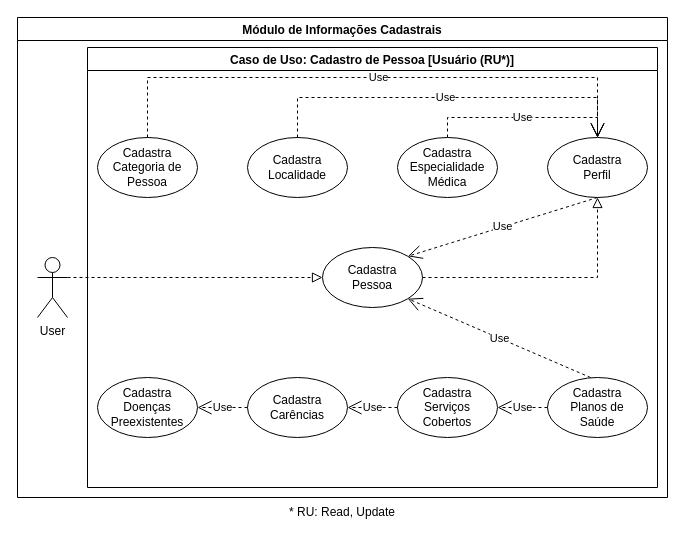
Before: page "Cad-Pessoa(User)" (3 of 3) of PUC-GISA-M1.drawio in kikoluiss/tcc-puc, a draw.io diagram. Source tidied: cells renumbered, new cells numbered last; positions are measured from the earlier drawing's top-left corner, leaving out a move shared by most shapes. Both pictures are drawn from the tidied source at 100%, with x=0, y=0 at pixel (17, 17).
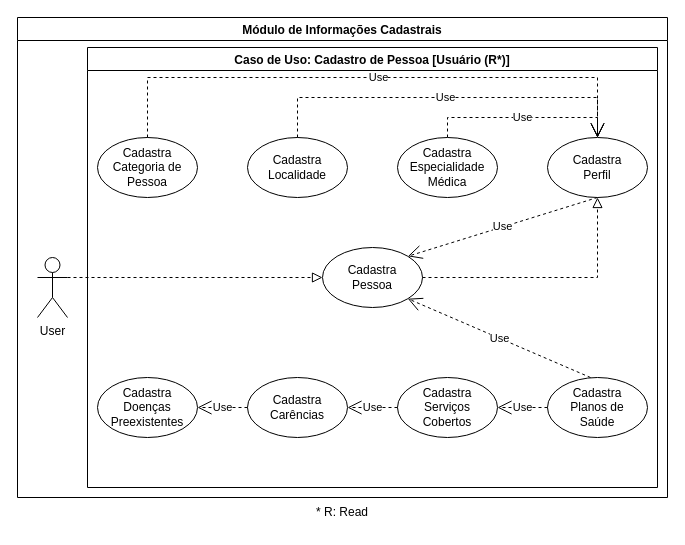
The same page after the edit.

The change refers to these unchanged cells:
```xml
<mxCell id="2" value="Módulo de Informações Cadastrais" style="swimlane;" parent="1" vertex="1">
  <mxGeometry width="650" height="480" as="geometry" />
</mxCell>
```

Change to the diagram source:
```diff
@@
-    <mxCell id="4" value="Caso de Uso: Cadastro de Pessoa [Usuário (RU*)]" style="swimlane;" parent="2" vertex="1">
+    <mxCell id="4" value="Caso de Uso: Cadastro de Pessoa [Usuário (R*)]" style="swimlane;" parent="2" vertex="1">
       <mxGeometry x="70" y="30" width="570" height="440" as="geometry" />
     </mxCell>
@@
-    <mxCell id="24" value="* RU: Read, Update" style="text;html=1;strokeColor=none;fillColor=none;align=center;verticalAlign=middle;whiteSpace=wrap;rounded=0;" parent="1" vertex="1">
+    <mxCell id="24" value="* R: Read" style="text;html=1;strokeColor=none;fillColor=none;align=center;verticalAlign=middle;whiteSpace=wrap;rounded=0;" parent="1" vertex="1">
       <mxGeometry x="10" y="480" width="630" height="30" as="geometry" />
     </mxCell>
```
